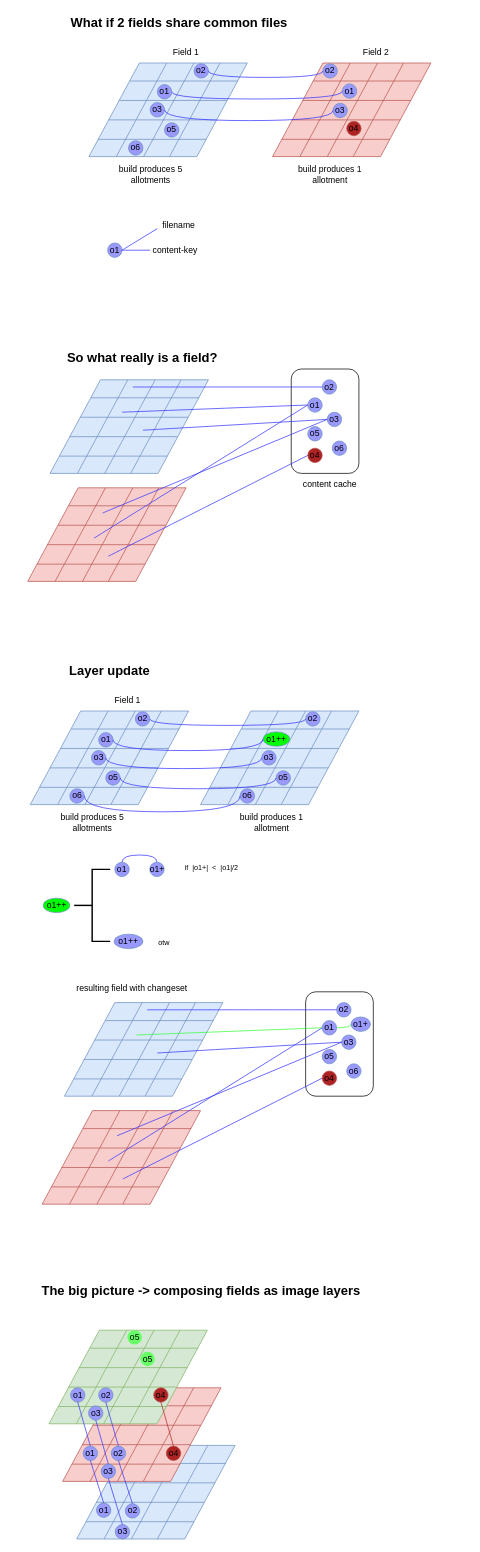
Above: examples/simple-2dfs/allotments.drawio in 2DFS/2dfs-builder (draw.io), before the change. Source tidied: cells renumbered, new cells numbered last; positions are measured from the earlier drawing's top-left corner, leaving out a move shared by most shapes. Both pictures are drawn from the tidied source at 72%, with x=0, y=0 at pixel (13, 12).
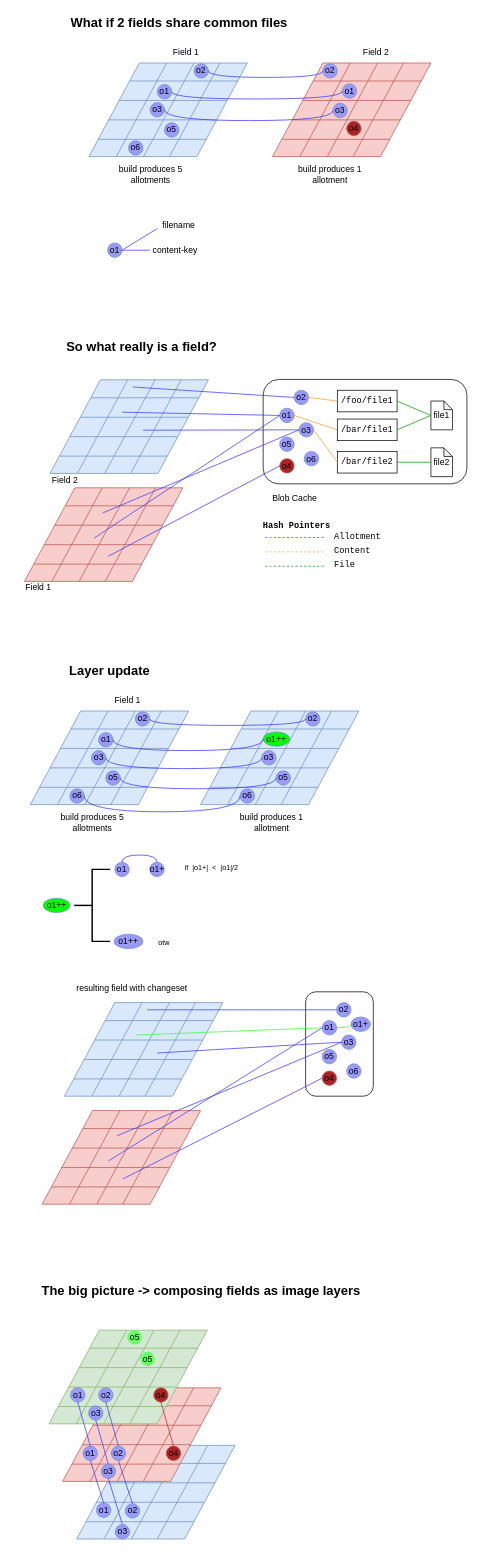
The same page after the edit.

Diff of the diagram source:
```diff
@@
     <mxCell id="15" style="rounded=1;whiteSpace=wrap;html=1;sketch=0;fillColor=none;" parent="1" vertex="1">
-      <mxGeometry x="386" y="495" width="94" height="145" as="geometry" />
+      <mxGeometry x="347" y="509.5" width="283" height="145" as="geometry" />
     </mxCell>
@@
     <mxCell id="61" value="o1" style="ellipse;whiteSpace=wrap;html=1;sketch=0;fillColor=#9999FF;strokeColor=#6c8ebf;" parent="1" vertex="1">
-      <mxGeometry x="409" y="535" width="20" height="20" as="geometry" />
+      <mxGeometry x="370" y="549.5" width="20" height="20" as="geometry" />
     </mxCell>
     <mxCell id="62" value="o2" style="ellipse;whiteSpace=wrap;html=1;sketch=0;fillColor=#9999FF;strokeColor=#6c8ebf;" parent="1" vertex="1">
-      <mxGeometry x="429" y="510" width="20" height="20" as="geometry" />
+      <mxGeometry x="390" y="524.5" width="20" height="20" as="geometry" />
     </mxCell>
     <mxCell id="63" value="o3" style="ellipse;whiteSpace=wrap;html=1;sketch=0;fillColor=#9999FF;strokeColor=#6c8ebf;" parent="1" vertex="1">
-      <mxGeometry x="436" y="555" width="20" height="20" as="geometry" />
+      <mxGeometry x="397" y="569.5" width="20" height="20" as="geometry" />
     </mxCell>
     <mxCell id="64" value="o6" style="ellipse;whiteSpace=wrap;html=1;sketch=0;fillColor=#9999FF;strokeColor=#6c8ebf;" parent="1" vertex="1">
-      <mxGeometry x="443" y="595" width="20" height="20" as="geometry" />
+      <mxGeometry x="404" y="609.5" width="20" height="20" as="geometry" />
     </mxCell>
     <mxCell id="65" value="o5" style="ellipse;whiteSpace=wrap;html=1;sketch=0;fillColor=#9999FF;strokeColor=#6c8ebf;" parent="1" vertex="1">
-      <mxGeometry x="409" y="575" width="20" height="20" as="geometry" />
+      <mxGeometry x="370" y="589.5" width="20" height="20" as="geometry" />
     </mxCell>
     <mxCell id="66" value="o4" style="ellipse;whiteSpace=wrap;html=1;sketch=0;fillColor=#AD2323;strokeColor=#b85450;" parent="1" vertex="1">
-      <mxGeometry x="409" y="605" width="20" height="20" as="geometry" />
+      <mxGeometry x="370" y="619.5" width="20" height="20" as="geometry" />
     </mxCell>
@@
-    <mxCell id="68" value="content cache" style="text;html=1;strokeColor=none;fillColor=none;align=center;verticalAlign=middle;whiteSpace=wrap;rounded=0;sketch=0;" parent="1" vertex="1">
-      <mxGeometry x="340" y="640" width="200" height="30" as="geometry" />
+    <mxCell id="68" value="Blob Cache" style="text;html=1;strokeColor=none;fillColor=none;align=center;verticalAlign=middle;whiteSpace=wrap;rounded=0;sketch=0;" parent="1" vertex="1">
+      <mxGeometry x="291" y="660" width="200" height="30" as="geometry" />
     </mxCell>
@@
     <mxCell id="71" style="shape=parallelogram;perimeter=parallelogramPerimeter;whiteSpace=wrap;html=1;fixedSize=1;size=70;sketch=0;fillColor=#f8cecc;strokeColor=#b85450;" parent="1" vertex="1">
-      <mxGeometry x="20" y="660" width="220" height="130" as="geometry" />
+      <mxGeometry x="15.5" y="660" width="220" height="130" as="geometry" />
     </mxCell>
     <mxCell id="72" style="endArrow=none;html=1;rounded=0;fillColor=#f8cecc;strokeColor=#b85450;" parent="1" edge="1">
       <mxGeometry relative="1" as="geometry">
-        <mxPoint x="58" y="790" as="sourcePoint" />
-        <mxPoint x="128" y="660" as="targetPoint" />
+        <mxPoint x="53.5" y="790" as="sourcePoint" />
+        <mxPoint x="123.5" y="660" as="targetPoint" />
       </mxGeometry>
     </mxCell>
     <mxCell id="73" style="endArrow=none;html=1;rounded=0;fillColor=#f8cecc;strokeColor=#b85450;" parent="1" edge="1">
       <mxGeometry relative="1" as="geometry">
-        <mxPoint x="96" y="790" as="sourcePoint" />
-        <mxPoint x="166" y="660" as="targetPoint" />
+        <mxPoint x="91.5" y="790" as="sourcePoint" />
+        <mxPoint x="161.5" y="660" as="targetPoint" />
       </mxGeometry>
     </mxCell>
     <mxCell id="74" style="endArrow=none;html=1;rounded=0;fillColor=#f8cecc;strokeColor=#b85450;" parent="1" edge="1">
       <mxGeometry relative="1" as="geometry">
-        <mxPoint x="132" y="790" as="sourcePoint" />
-        <mxPoint x="202" y="660" as="targetPoint" />
+        <mxPoint x="127.5" y="790" as="sourcePoint" />
+        <mxPoint x="197.5" y="660" as="targetPoint" />
       </mxGeometry>
     </mxCell>
     <mxCell id="75" style="endArrow=none;html=1;rounded=0;fillColor=#f8cecc;strokeColor=#b85450;" parent="1" edge="1">
       <mxGeometry relative="1" as="geometry">
-        <mxPoint x="77" y="685" as="sourcePoint" />
-        <mxPoint x="227" y="685" as="targetPoint" />
+        <mxPoint x="72.5" y="685" as="sourcePoint" />
+        <mxPoint x="222.5" y="685" as="targetPoint" />
       </mxGeometry>
     </mxCell>
     <mxCell id="76" style="endArrow=none;html=1;rounded=0;fillColor=#f8cecc;strokeColor=#b85450;" parent="1" edge="1">
       <mxGeometry relative="1" as="geometry">
-        <mxPoint x="62" y="712" as="sourcePoint" />
-        <mxPoint x="212" y="712" as="targetPoint" />
+        <mxPoint x="57.5" y="712" as="sourcePoint" />
+        <mxPoint x="207.5" y="712" as="targetPoint" />
       </mxGeometry>
     </mxCell>
     <mxCell id="77" style="endArrow=none;html=1;rounded=0;fillColor=#f8cecc;strokeColor=#b85450;" parent="1" edge="1">
       <mxGeometry relative="1" as="geometry">
-        <mxPoint x="47" y="739" as="sourcePoint" />
-        <mxPoint x="197" y="739" as="targetPoint" />
+        <mxPoint x="42.5" y="739" as="sourcePoint" />
+        <mxPoint x="192.5" y="739" as="targetPoint" />
       </mxGeometry>
     </mxCell>
     <mxCell id="78" style="endArrow=none;html=1;rounded=0;fillColor=#f8cecc;strokeColor=#b85450;" parent="1" edge="1">
       <mxGeometry relative="1" as="geometry">
-        <mxPoint x="33" y="766" as="sourcePoint" />
-        <mxPoint x="183" y="766" as="targetPoint" />
+        <mxPoint x="28.5" y="766" as="sourcePoint" />
+        <mxPoint x="178.5" y="766" as="targetPoint" />
       </mxGeometry>
     </mxCell>
@@
     <mxCell id="145" value="&lt;b&gt;&lt;font style=&quot;font-size: 18px&quot;&gt;So what really is a field?&lt;/font&gt;&lt;/b&gt;" style="text;html=1;strokeColor=none;fillColor=none;align=center;verticalAlign=middle;whiteSpace=wrap;rounded=0;sketch=0;" parent="1" vertex="1">
-      <mxGeometry y="465" width="359" height="30" as="geometry" />
+      <mxGeometry x="-1" y="450" width="359" height="30" as="geometry" />
     </mxCell>
@@
+    <mxCell id="191" value="file1" style="shape=note;whiteSpace=wrap;html=1;backgroundOutline=1;darkOpacity=0.05;size=12;" parent="1" vertex="1">
+      <mxGeometry x="580" y="539.5" width="30" height="40" as="geometry" />
+    </mxCell>
+    <mxCell id="192" style="endArrow=none;html=1;rounded=0;strokeColor=#FF9933;curved=1;flowAnimation=1;noJump=0;exitX=1;exitY=0.5;exitDx=0;exitDy=0;entryX=0;entryY=0.5;entryDx=0;entryDy=0;" parent="1" edge="1" source="62" target="196">
+      <mxGeometry relative="1" as="geometry" />
+    </mxCell>
+    <mxCell id="193" value="Field 1" style="text;html=1;strokeColor=none;fillColor=none;align=center;verticalAlign=middle;whiteSpace=wrap;rounded=0;" parent="1" vertex="1">
+      <mxGeometry x="4.5" y="784" width="60" height="30" as="geometry" />
+    </mxCell>
+    <mxCell id="194" value="Field 2" style="text;html=1;strokeColor=none;fillColor=none;align=center;verticalAlign=middle;whiteSpace=wrap;rounded=0;" parent="1" vertex="1">
+      <mxGeometry x="41.5" y="635" width="60" height="30" as="geometry" />
+    </mxCell>
+    <mxCell id="195" style="endArrow=none;html=1;rounded=0;strokeColor=#FF9933;curved=1;flowAnimation=1;noJump=0;exitX=1;exitY=0.5;exitDx=0;exitDy=0;entryX=0;entryY=0.5;entryDx=0;entryDy=0;" parent="1" edge="1" source="61" target="197">
+      <mxGeometry relative="1" as="geometry" />
+    </mxCell>
+    <mxCell id="196" value="/foo/file1" style="rounded=0;whiteSpace=wrap;html=1;labelBackgroundColor=#FFFFFF;fontFamily=Courier New;" parent="1" vertex="1">
+      <mxGeometry x="450" y="524.5" width="83" height="30" as="geometry" />
+    </mxCell>
+    <mxCell id="197" value="/bar/file1" style="rounded=0;whiteSpace=wrap;html=1;labelBackgroundColor=#FFFFFF;fontFamily=Courier New;" parent="1" vertex="1">
+      <mxGeometry x="450" y="564.5" width="83" height="30" as="geometry" />
+    </mxCell>
+    <mxCell id="198" style="endArrow=none;html=1;rounded=0;strokeColor=#009900;curved=1;entryX=0;entryY=0.5;entryDx=0;entryDy=0;noJump=0;orthogonal=0;fixDash=0;comic=0;enumerate=0;flowAnimation=1;exitX=1;exitY=0.5;exitDx=0;exitDy=0;entryPerimeter=0;" parent="1" edge="1" source="197" target="191">
+      <mxGeometry relative="1" as="geometry" />
+    </mxCell>
+    <mxCell id="199" style="endArrow=none;html=1;rounded=0;strokeColor=#009900;curved=1;entryX=0;entryY=0.5;entryDx=0;entryDy=0;noJump=0;orthogonal=0;fixDash=0;comic=0;enumerate=0;flowAnimation=1;exitX=1;exitY=0.5;exitDx=0;exitDy=0;entryPerimeter=0;" parent="1" edge="1" source="196" target="191">
+      <mxGeometry relative="1" as="geometry" />
+    </mxCell>
+    <mxCell id="200" value="/bar/file2" style="rounded=0;whiteSpace=wrap;html=1;labelBackgroundColor=#FFFFFF;fontFamily=Courier New;" parent="1" vertex="1">
+      <mxGeometry x="450" y="609.5" width="83" height="30" as="geometry" />
+    </mxCell>
+    <mxCell id="201" style="endArrow=none;html=1;rounded=0;strokeColor=#FF9933;curved=1;flowAnimation=1;noJump=0;exitX=1;exitY=0.5;exitDx=0;exitDy=0;entryX=0;entryY=0.5;entryDx=0;entryDy=0;" parent="1" edge="1" source="63" target="200">
+      <mxGeometry relative="1" as="geometry" />
+    </mxCell>
+    <mxCell id="202" value="file2" style="shape=note;whiteSpace=wrap;html=1;backgroundOutline=1;darkOpacity=0.05;size=12;" parent="1" vertex="1">
+      <mxGeometry x="580" y="604.5" width="30" height="40" as="geometry" />
+    </mxCell>
+    <mxCell id="203" style="endArrow=none;html=1;rounded=0;strokeColor=#009900;curved=1;entryX=0;entryY=0.5;entryDx=0;entryDy=0;noJump=0;orthogonal=0;fixDash=0;comic=0;enumerate=0;flowAnimation=1;exitX=1;exitY=0.5;exitDx=0;exitDy=0;entryPerimeter=0;" parent="1" edge="1" source="200" target="202">
+      <mxGeometry relative="1" as="geometry" />
+    </mxCell>
+    <mxCell id="204" style="endArrow=none;html=1;rounded=0;strokeColor=#3333FF;curved=1;flowAnimation=0;dashed=1;strokeWidth=1;" parent="1" edge="1">
+      <mxGeometry relative="1" as="geometry">
+        <mxPoint x="350.2" y="729" as="sourcePoint" />
+        <mxPoint x="431.8" y="729" as="targetPoint" />
+      </mxGeometry>
+    </mxCell>
+    <mxCell id="205" style="endArrow=none;html=1;rounded=0;strokeColor=#FF9933;curved=1;flowAnimation=0;dashed=1;strokeWidth=1;" parent="1" edge="1">
+      <mxGeometry relative="1" as="geometry">
+        <mxPoint x="350.2" y="749" as="sourcePoint" />
+        <mxPoint x="431.8" y="749" as="targetPoint" />
+      </mxGeometry>
+    </mxCell>
+    <mxCell id="206" style="endArrow=none;html=1;rounded=0;strokeColor=#009900;curved=1;flowAnimation=0;dashed=1;strokeWidth=1;" parent="1" edge="1">
+      <mxGeometry relative="1" as="geometry">
+        <mxPoint x="350.2" y="769" as="sourcePoint" />
+        <mxPoint x="431.8" y="769" as="targetPoint" />
+      </mxGeometry>
+    </mxCell>
+    <mxCell id="207" value="Allotment" style="text;html=1;strokeColor=none;fillColor=none;align=left;verticalAlign=middle;whiteSpace=wrap;rounded=0;labelBackgroundColor=#FFFFFF;fontFamily=Courier New;" parent="1" vertex="1">
+      <mxGeometry x="444" y="713" width="106" height="30" as="geometry" />
+    </mxCell>
+    <mxCell id="208" value="Content" style="text;html=1;strokeColor=none;fillColor=none;align=left;verticalAlign=middle;whiteSpace=wrap;rounded=0;labelBackgroundColor=#FFFFFF;fontFamily=Courier New;" parent="1" vertex="1">
+      <mxGeometry x="444" y="733" width="106" height="30" as="geometry" />
+    </mxCell>
+    <mxCell id="209" value="File" style="text;html=1;strokeColor=none;fillColor=none;align=left;verticalAlign=middle;whiteSpace=wrap;rounded=0;labelBackgroundColor=#FFFFFF;fontFamily=Courier New;" parent="1" vertex="1">
+      <mxGeometry x="444" y="753" width="96" height="30" as="geometry" />
+    </mxCell>
+    <mxCell id="210" value="&lt;b&gt;Hash Pointers&lt;/b&gt;" style="text;html=1;strokeColor=none;fillColor=none;align=left;verticalAlign=middle;whiteSpace=wrap;rounded=0;labelBackgroundColor=#FFFFFF;fontFamily=Courier New;" parent="1" vertex="1">
+      <mxGeometry x="345" y="699" width="207" height="30" as="geometry" />
+    </mxCell>
```
